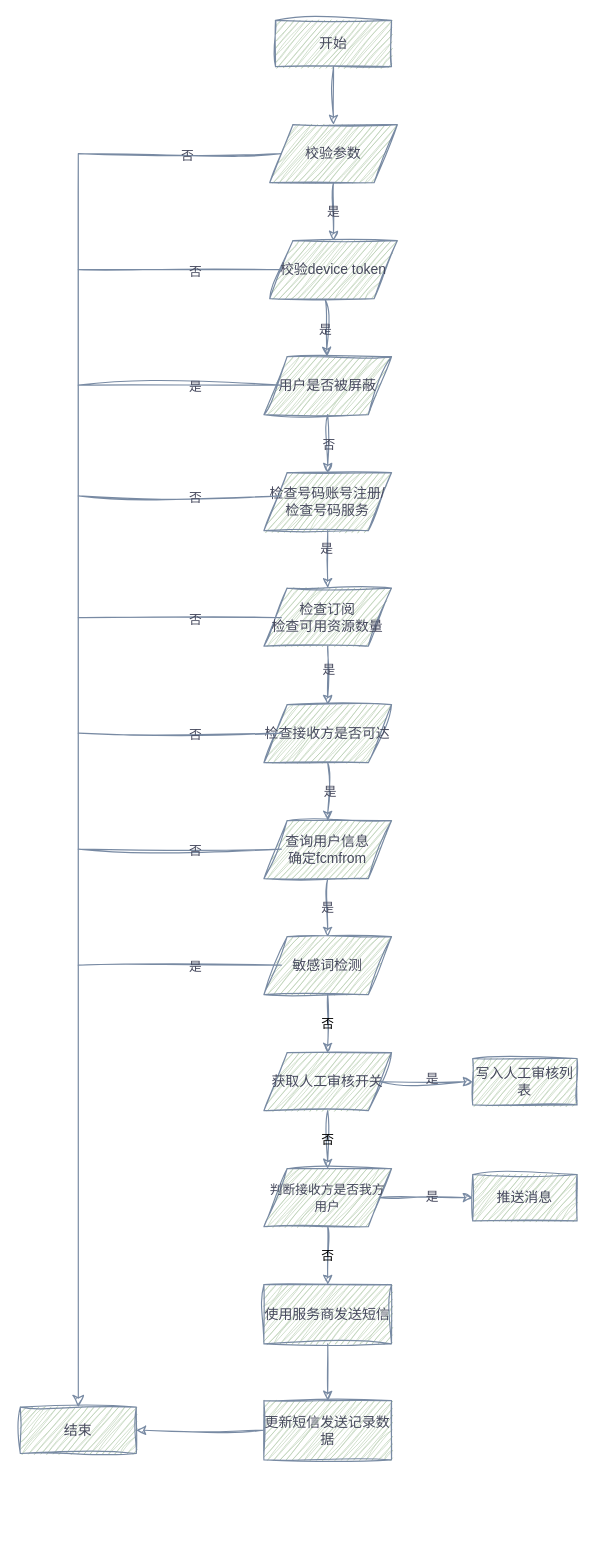
Earlier version of the draw.io diagram sendsmslogic.drawio (Sc-glong/diagrams). Source tidied: cells renumbered, new cells numbered last; positions are measured from the earlier drawing's top-left corner, leaving out a move shared by most shapes. Both pictures are drawn from the tidied source at 116%, with x=0, y=0 at pixel (20, 20).
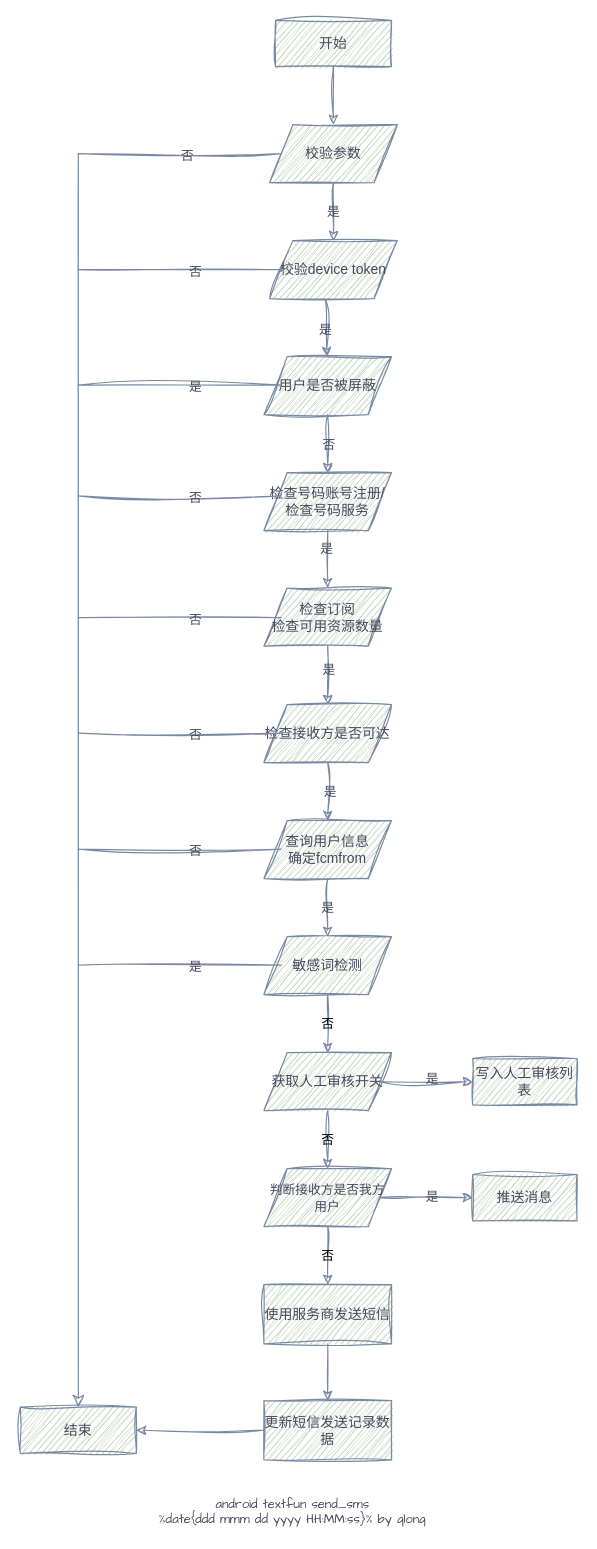
Above is the later version.

Change to the diagram source:
```diff
@@
+    <mxCell id="58" value="android textfun send_sms&lt;br&gt;%date{ddd mmm dd yyyy HH:MM:ss}% by glong" style="text;html=1;strokeColor=none;fillColor=none;align=center;verticalAlign=middle;whiteSpace=wrap;overflow=hidden;sketch=1;hachureGap=4;jiggle=2;curveFitting=1;fontFamily=Architects Daughter;fontSize=11;fontColor=#46495D;" parent="1" vertex="1">
+      <mxGeometry x="70" y="1270" width="330" height="30" as="geometry" />
+    </mxCell>
```
